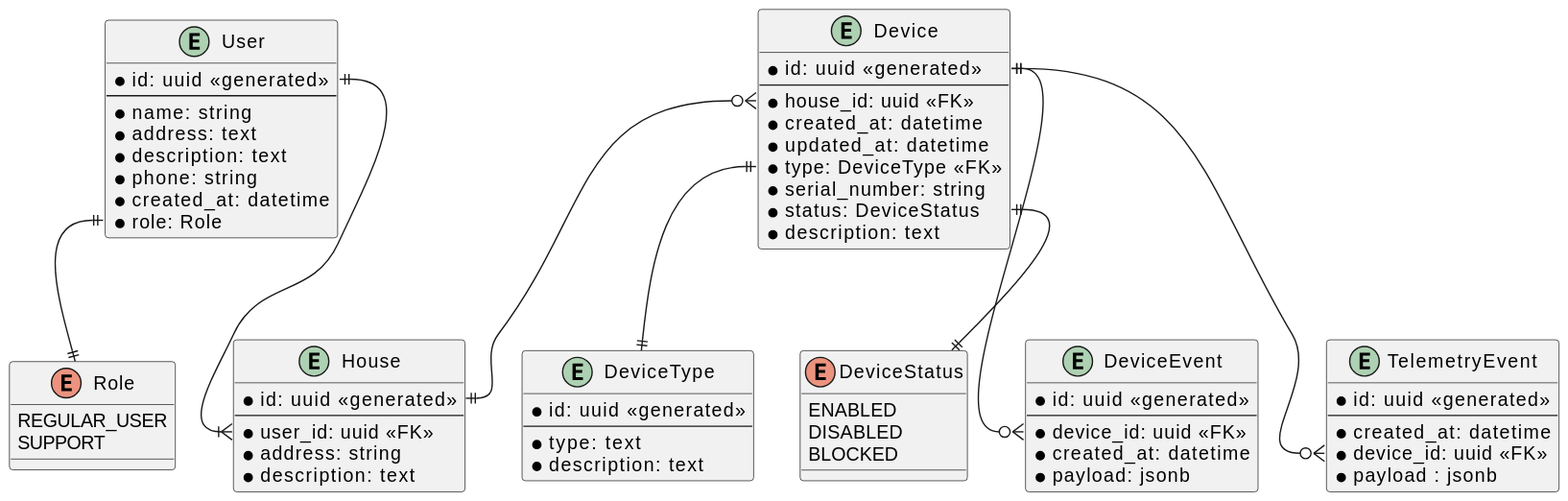
Before: smart-home-microservices/docs/er/er.svg, a diagram exported from PlantUML (pacahon/architecture-sprint-3). Its diagram source:
```plantuml
@startuml
entity User {
    * id: uuid <<generated>>
    --
    * name: string
    * address: text
    * description: text
    * phone: string
    * created_at: datetime
    * role: Role
}

enum Role {
    REGULAR_USER
    SUPPORT
}

entity House {
    * id: uuid <<generated>>
    --
    * user_id: uuid <<FK>>
    * address: string
    * description: text
}


entity Device {
    * id: uuid <<generated>>
    --
    * house_id: uuid <<FK>>
    * created_at: datetime
    * updated_at: datetime
    * type: DeviceType <<FK>>
    * serial_number: string
    * status: DeviceStatus
    * description: text
}

entity DeviceType {
    * id: uuid <<generated>>
    --
    * type: text
    * description: text
}

enum DeviceStatus {
    ENABLED
    DISABLED
    BLOCKED
}

entity DeviceEvent {
    * id: uuid <<generated>>
    --
    * device_id: uuid <<FK>>
    * created_at: datetime
    * payload: jsonb
}

entity TelemetryEvent {
    * id: uuid <<generated>>
    --
    * created_at: datetime
    * device_id: uuid <<FK>>
    * payload : jsonb
}




User::id ||--|{ House::user_id
User::role ||--|| Role

Device::type ||--|| DeviceType
Device::status ||--|| DeviceStatus
Device::id ||--o{ DeviceEvent::device_id
Device::house_id }o--|| House::id
Device::id ||--o{ TelemetryEvent::device_id
@enduml
```
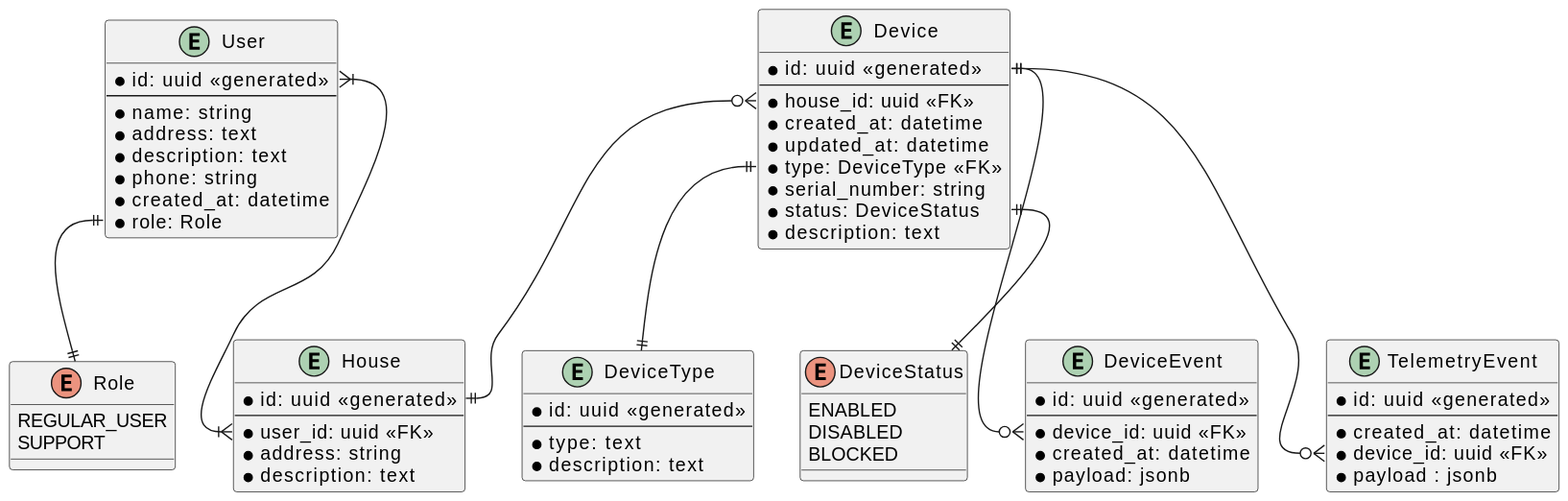
The same diagram one commit later.

Diff of the diagram source:
```diff
@@ -68,7 +68,7 @@
 
 
 
-User::id ||--|{ House::user_id
+User::id }|--|{ House::user_id
 User::role ||--|| Role
 
 Device::type ||--|| DeviceType
```
